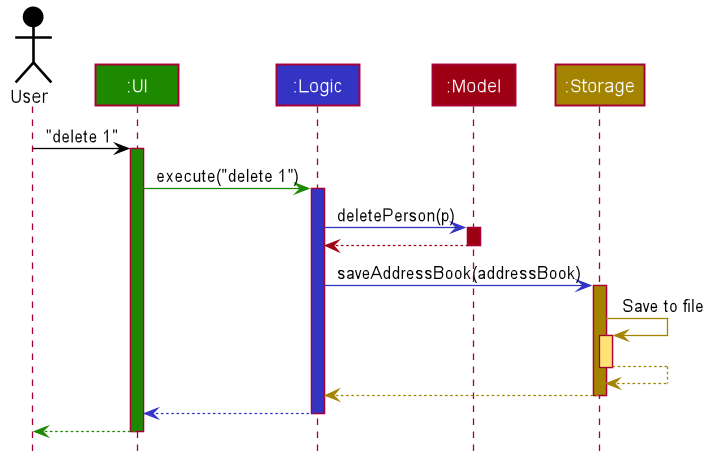
Earlier version of the PlantUML export docs/images/ArchitectureSequenceDiagram.png (nus-cs2103-AY2223S1/tp).
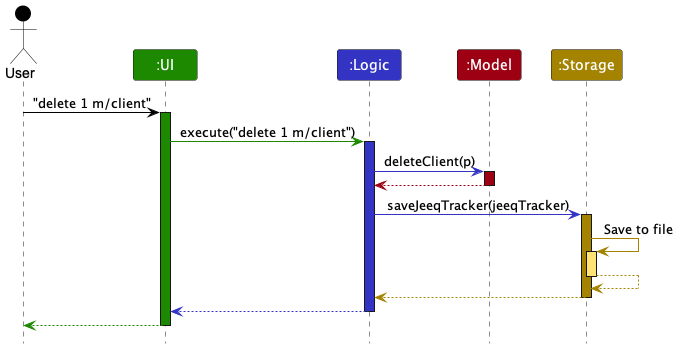
Later version of the same file.

Commit message:
Update DeveloperGuide.md Architecture sequence diagram

What changed in the source:
```diff
@@ -1,85 +1,38 @@
 @startuml
+!include style.puml
 
+Actor User as user USER_COLOR
+Participant ":UI" as ui UI_COLOR
+Participant ":Logic" as logic LOGIC_COLOR
+Participant ":Model" as model MODEL_COLOR
+Participant ":Storage" as storage STORAGE_COLOR
 
+user -[USER_COLOR]> ui : "delete 1 m/client"
+activate ui UI_COLOR
 
+ui -[UI_COLOR]> logic : execute("delete 1 m/client")
+activate logic LOGIC_COLOR
 
+logic -[LOGIC_COLOR]> model : deleteClient(p)
+activate model MODEL_COLOR
 
-
-
-
-skinparam BackgroundColor #FFFFFFF
-
-skinparam Shadowing false
-
-skinparam Class {
-    FontColor #FFFFFF
-    BorderThickness 1
-    BorderColor #FFFFFF
-    StereotypeFontColor #FFFFFF
-    FontName Arial
-}
-
-skinparam Actor {
-    BorderColor #000000
-    Color #000000
-    FontName Arial
-}
-
-skinparam Sequence {
-    MessageAlign center
-    BoxFontSize 15
-    BoxPadding 0
-    BoxFontColor #FFFFFF
-    FontName Arial
-}
-
-skinparam Participant {
-    FontColor #FFFFFFF
-    Padding 20
-}
-
-skinparam MinClassWidth 50
-skinparam ParticipantPadding 10
-skinparam Shadowing false
-skinparam DefaultTextAlignment center
-skinparam packageStyle Rectangle
-
-hide footbox
-hide members
-hide circle
-
-Actor User as user #000000
-Participant ":UI" as ui #1D8900
-Participant ":Logic" as logic #3333C4
-Participant ":Model" as model #9D0012
-Participant ":Storage" as storage #A38300
-
-user -[#000000]> ui : "delete 1"
-activate ui #1D8900
-
-ui -[#1D8900]> logic : execute("delete 1")
-activate logic #3333C4
-
-logic -[#3333C4]> model : deletePerson(p)
-activate model #9D0012
-
-model -[#9D0012]-> logic
+model -[MODEL_COLOR]-> logic
 deactivate model
 
-logic -[#3333C4]> storage : saveAddressBook(addressBook)
-activate storage #A38300
+logic -[LOGIC_COLOR]> storage : saveJeeqTracker(jeeqTracker)
+activate storage STORAGE_COLOR
 
-storage -[#A38300]> storage : Save to file
-activate storage #FFE374
-storage --[#A38300]> storage
+storage -[STORAGE_COLOR]> storage : Save to file
+activate storage STORAGE_COLOR_T1
+storage --[STORAGE_COLOR]> storage
 deactivate storage
 
-storage --[#A38300]> logic
+storage --[STORAGE_COLOR]> logic
 deactivate storage
 
-logic --[#3333C4]> ui
+logic --[LOGIC_COLOR]> ui
 deactivate logic
 
-ui--[#1D8900]> user
+ui--[UI_COLOR]> user
 deactivate ui
 @enduml
```
